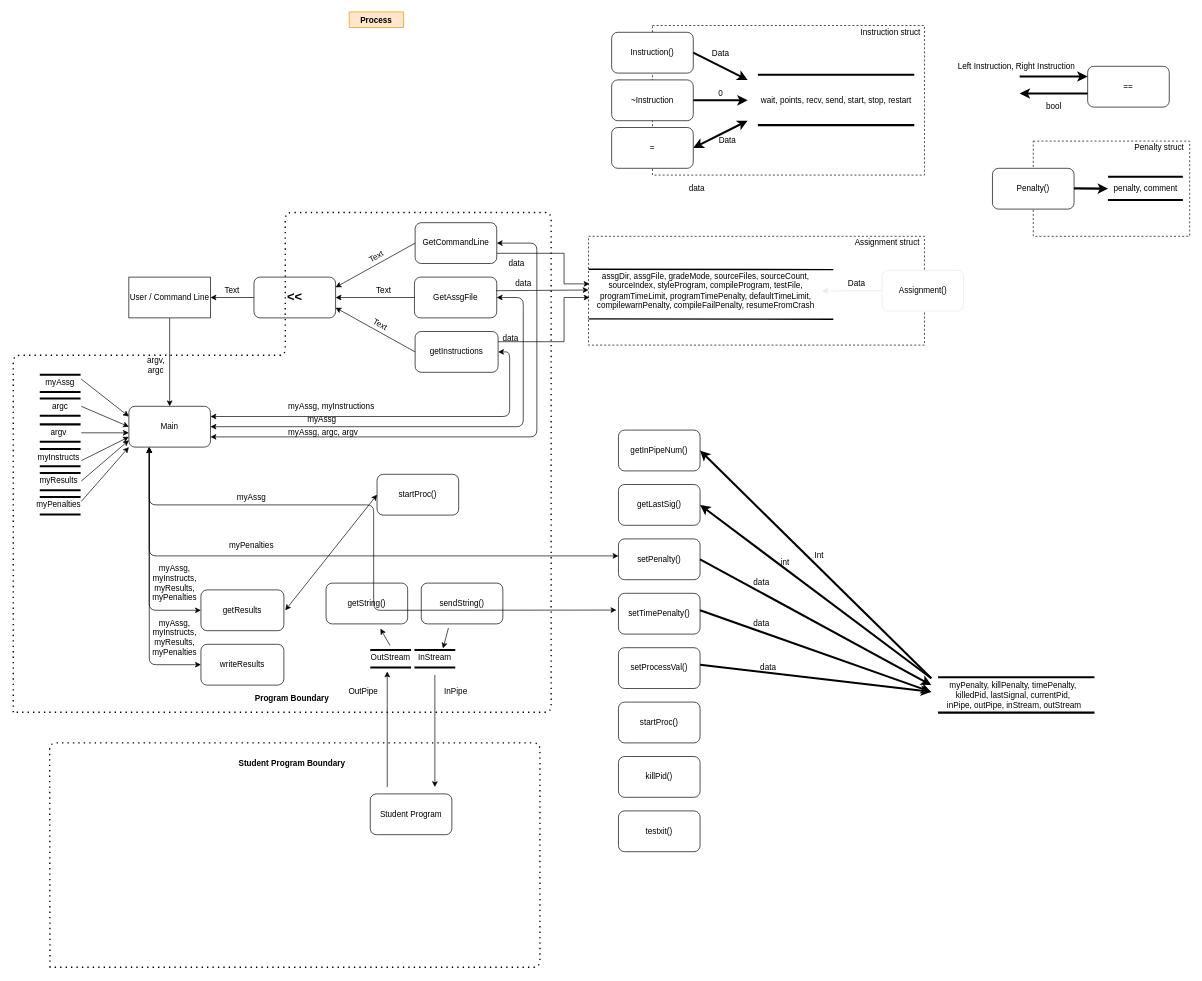
i-skousen/Week09 keeps this draw.io diagram as Empty Folder/Untitled Diagram.drawio. Above is the earlier version. Source tidied: cells renumbered, new cells numbered last; positions are measured from the earlier drawing's top-left corner, leaving out a move shared by most shapes. Both pictures are drawn from the tidied source at 68%, with x=0, y=0 at pixel (13, 12).
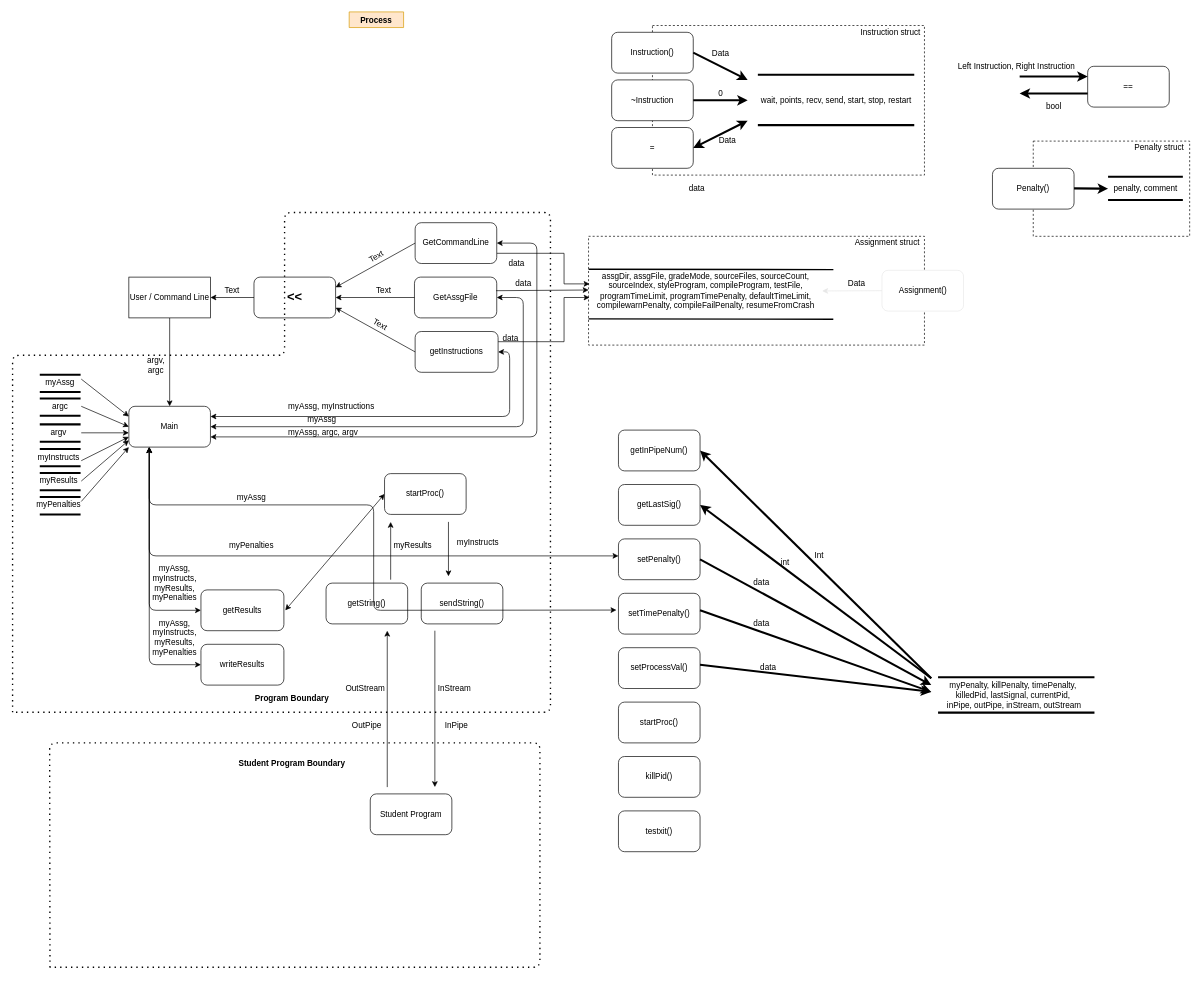
After the change.

The edit, as a diff of the source:
```diff
@@
     <mxCell id="68" style="endArrow=none;dashed=1;html=1;dashPattern=1 3;strokeWidth=2;" parent="1" edge="1">
       <mxGeometry relative="1" as="geometry">
-        <mxPoint y="1030" as="sourcePoint" />
-        <mxPoint y="1030" as="targetPoint" />
+        <mxPoint x="-1" y="1030" as="sourcePoint" />
+        <mxPoint x="-1" y="1030" as="targetPoint" />
         <Array as="points">
-          <mxPoint y="505" />
-          <mxPoint x="400" y="505" />
-          <mxPoint x="400" y="295" />
-          <mxPoint x="791" y="295" />
-          <mxPoint x="791" y="1030" />
+          <mxPoint x="-1" y="505" />
+          <mxPoint x="399" y="505" />
+          <mxPoint x="399" y="295" />
+          <mxPoint x="790" y="295" />
+          <mxPoint x="790" y="1030" />
         </Array>
       </mxGeometry>
     </mxCell>
@@
     <mxCell id="122" style="endArrow=classic;html=1;" parent="1" edge="1">
       <mxGeometry relative="1" as="geometry">
         <mxPoint x="550" y="1140" as="sourcePoint" />
-        <mxPoint x="550" y="970" as="targetPoint" />
+        <mxPoint x="550" y="910" as="targetPoint" />
       </mxGeometry>
     </mxCell>
@@
     <mxCell id="124" value="startProc()" style="rounded=1;whiteSpace=wrap;html=1;" parent="1" vertex="1">
-      <mxGeometry x="535" y="680" width="120" height="60" as="geometry" />
+      <mxGeometry x="546" y="679" width="120" height="60" as="geometry" />
     </mxCell>
     <mxCell id="125" value="InPipe" style="text;html=1;strokeColor=none;fillColor=none;align=center;verticalAlign=middle;whiteSpace=wrap;rounded=0;" parent="1" vertex="1">
-      <mxGeometry x="630.5" y="990" width="40" height="20" as="geometry" />
+      <mxGeometry x="632" y="1040" width="40" height="20" as="geometry" />
     </mxCell>
     <mxCell id="126" value="OutPipe" style="text;html=1;strokeColor=none;fillColor=none;align=center;verticalAlign=middle;whiteSpace=wrap;rounded=0;" parent="1" vertex="1">
-      <mxGeometry x="495" y="990" width="40" height="20" as="geometry" />
+      <mxGeometry x="500" y="1040" width="40" height="20" as="geometry" />
     </mxCell>
@@
-    <mxCell id="129" style="endArrow=none;html=1;strokeColor=#000000;strokeWidth=3;" parent="1" edge="1">
-      <mxGeometry relative="1" as="geometry">
-        <mxPoint x="525" y="938.5" as="sourcePoint" />
-        <mxPoint x="585" y="938.5" as="targetPoint" />
-      </mxGeometry>
-    </mxCell>
-    <mxCell id="130" style="endArrow=none;html=1;strokeColor=#000000;strokeWidth=3;" parent="1" edge="1">
-      <mxGeometry relative="1" as="geometry">
-        <mxPoint x="525" y="964" as="sourcePoint" />
-        <mxPoint x="585" y="964" as="targetPoint" />
-      </mxGeometry>
-    </mxCell>
     <mxCell id="131" value="OutStream" style="text;html=1;strokeColor=none;fillColor=none;align=center;verticalAlign=middle;whiteSpace=wrap;rounded=0;" parent="1" vertex="1">
-      <mxGeometry x="535" y="935" width="40" height="29" as="geometry" />
+      <mxGeometry x="498" y="980" width="40" height="29" as="geometry" />
     </mxCell>
-    <mxCell id="132" style="endArrow=none;html=1;strokeColor=#000000;strokeWidth=3;" parent="1" edge="1">
-      <mxGeometry relative="1" as="geometry">
-        <mxPoint x="590" y="938.5" as="sourcePoint" />
-        <mxPoint x="650" y="938.5" as="targetPoint" />
-      </mxGeometry>
-    </mxCell>
-    <mxCell id="133" style="endArrow=none;html=1;strokeColor=#000000;strokeWidth=3;" parent="1" edge="1">
-      <mxGeometry relative="1" as="geometry">
-        <mxPoint x="590" y="964" as="sourcePoint" />
-        <mxPoint x="650" y="964" as="targetPoint" />
-      </mxGeometry>
-    </mxCell>
     <mxCell id="134" value="InStream" style="text;html=1;strokeColor=none;fillColor=none;align=center;verticalAlign=middle;whiteSpace=wrap;rounded=0;" parent="1" vertex="1">
-      <mxGeometry x="600" y="935" width="40" height="29" as="geometry" />
+      <mxGeometry x="629" y="980" width="40" height="29" as="geometry" />
     </mxCell>
     <mxCell id="135" style="endArrow=classic;html=1;" parent="1" edge="1">
       <mxGeometry relative="1" as="geometry">
-        <mxPoint x="620" y="975" as="sourcePoint" />
+        <mxPoint x="620" y="910" as="sourcePoint" />
         <mxPoint x="620" y="1140" as="targetPoint" />
       </mxGeometry>
     </mxCell>
-    <mxCell id="136" style="endArrow=classic;html=1;" parent="1" edge="1">
-      <mxGeometry relative="1" as="geometry">
-        <mxPoint x="640" y="906" as="sourcePoint" />
-        <mxPoint x="632" y="936" as="targetPoint" />
-      </mxGeometry>
-    </mxCell>
-    <mxCell id="137" style="endArrow=classic;html=1;" parent="1" edge="1">
-      <mxGeometry relative="1" as="geometry">
-        <mxPoint x="554" y="932" as="sourcePoint" />
-        <mxPoint x="540" y="907" as="targetPoint" />
-      </mxGeometry>
-    </mxCell>
+    <mxCell id="138" style="endArrow=classic;html=1;" parent="1" edge="1">
+      <mxGeometry relative="1" as="geometry">
+        <mxPoint x="555" y="835" as="sourcePoint" />
+        <mxPoint x="555" y="750" as="targetPoint" />
+      </mxGeometry>
+    </mxCell>
+    <mxCell id="139" value="myResults" style="text;html=1;strokeColor=none;fillColor=none;align=center;verticalAlign=middle;whiteSpace=wrap;rounded=0;" parent="1" vertex="1">
+      <mxGeometry x="570" y="775" width="35" height="20" as="geometry" />
+    </mxCell>
+    <mxCell id="140" style="endArrow=classic;html=1;" parent="1" edge="1">
+      <mxGeometry relative="1" as="geometry">
+        <mxPoint x="640" y="750" as="sourcePoint" />
+        <mxPoint x="640" y="830" as="targetPoint" />
+      </mxGeometry>
+    </mxCell>
+    <mxCell id="141" value="myInstructs" style="text;html=1;strokeColor=none;fillColor=none;align=center;verticalAlign=middle;whiteSpace=wrap;rounded=0;" parent="1" vertex="1">
+      <mxGeometry x="666" y="770" width="35" height="20" as="geometry" />
+    </mxCell>
```
